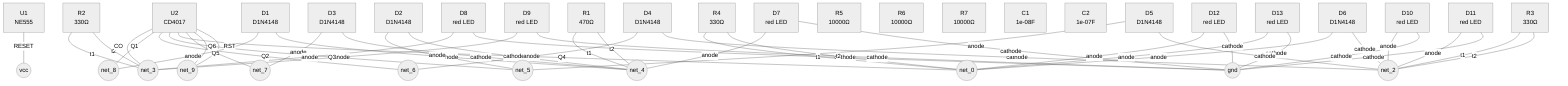
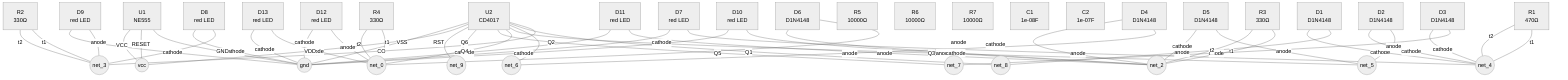
%%{init: {"theme": "neutral"}}%%
flowchart TD
    U1["U1<br/>NE555"]
    U2["U2<br/>CD4017"]
    D1["D1<br/>D1N4148"]
    D2["D2<br/>D1N4148"]
    D3["D3<br/>D1N4148"]
    D4["D4<br/>D1N4148"]
    D5["D5<br/>D1N4148"]
    D6["D6<br/>D1N4148"]
    R1["R1<br/>470Ω"]
    R2["R2<br/>330Ω"]
    R3["R3<br/>330Ω"]
    R4["R4<br/>330Ω"]
    R5["R5<br/>10000Ω"]
    R6["R6<br/>10000Ω"]
    R7["R7<br/>10000Ω"]
    C1["C1<br/>1e-08F"]
    C2["C2<br/>1e-07F"]
    D7["D7<br/>red LED"]
    D8["D8<br/>red LED"]
    D9["D9<br/>red LED"]
    D10["D10<br/>red LED"]
    D11["D11<br/>red LED"]
    D12["D12<br/>red LED"]
    D13["D13<br/>red LED"]
    net_8(("net_8"))
    net_4(("net_4"))
    net_2(("net_2"))
    gnd(("gnd"))
    net_0(("net_0"))
    net_5(("net_5"))
    net_7(("net_7"))
    net_6(("net_6"))
    net_3(("net_3"))
    vcc(("vcc"))
    net_9(("net_9"))
    D1 ---|"anode"| net_8
    D1 ---|"cathode"| net_4
    D10 ---|"anode"| net_2
    D10 ---|"cathode"| gnd
    D11 ---|"anode"| net_2
    D11 ---|"cathode"| gnd
    D12 ---|"anode"| net_0
    D12 ---|"cathode"| gnd
    D13 ---|"anode"| net_0
    D13 ---|"cathode"| gnd
    D2 ---|"anode"| net_5
    D2 ---|"cathode"| net_4
    D3 ---|"anode"| net_7
    D3 ---|"cathode"| net_4
    D4 ---|"anode"| net_6
    D4 ---|"cathode"| net_2
    D5 ---|"anode"| net_5
    D5 ---|"cathode"| net_2
    D6 ---|"anode"| net_0
    D6 ---|"cathode"| net_2
    D7 ---|"anode"| net_4
    D7 ---|"cathode"| gnd
    D8 ---|"anode"| net_3
    D8 ---|"cathode"| gnd
    D9 ---|"anode"| net_3
    D9 ---|"cathode"| gnd
    R1 ---|"t1"| net_4
    R1 ---|"t2"| net_4
    R2 ---|"t1"| net_3
    R2 ---|"t2"| net_3
    R3 ---|"t1"| net_2
    R3 ---|"t2"| net_2
    R4 ---|"t1"| net_0
    R4 ---|"t2"| net_0
+     U1 ---|"GND"| gnd
    U1 ---|"RESET"| vcc
+     U1 ---|"VCC"| vcc
    U2 ---|"CO"| net_3
    U2 ---|"Q1"| net_8
    U2 ---|"Q2"| net_6
    U2 ---|"Q3"| net_5
    U2 ---|"Q4"| net_0
    U2 ---|"Q5"| net_7
    U2 ---|"Q6"| net_9
    U2 ---|"RST"| net_9
+     U2 ---|"VDD"| vcc
+     U2 ---|"VSS"| gnd
